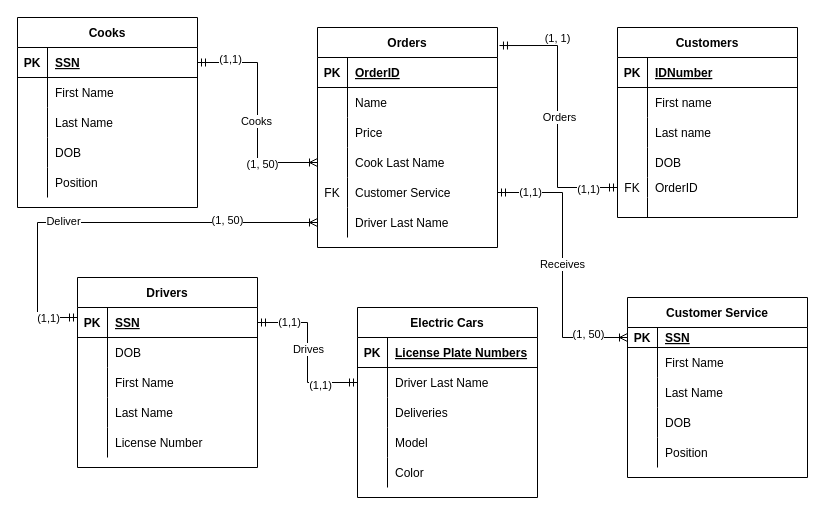
nedburke47/PracticingForClass keeps this draw.io diagram as Yet Another Delivery Project.drawio. Above is the earlier version. Source tidied: cells renumbered, new cells numbered last; positions are measured from the earlier drawing's top-left corner, leaving out a move shared by most shapes. Both pictures are drawn from the tidied source at 100%, with x=0, y=0 at pixel (17, 17).
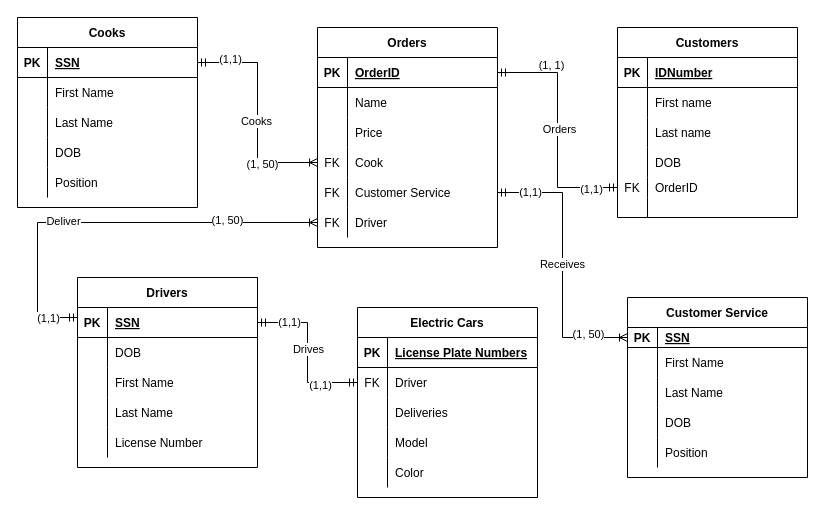
The same page after the edit.

The change refers to these unchanged cells:
```xml
<mxCell id="22" style="shape=partialRectangle;fillColor=none;top=0;left=0;bottom=0;right=0;points=[[0,0.5],[1,0.5]];portConstraint=eastwest;" parent="18" vertex="1">
  <mxGeometry y="60" width="180" height="30" as="geometry" />
</mxCell>
<mxCell id="78" style="shape=partialRectangle;fillColor=none;top=0;left=0;bottom=0;right=0;points=[[0,0.5],[1,0.5]];portConstraint=eastwest;" parent="65" vertex="1">
  <mxGeometry y="150" width="180" height="20" as="geometry" />
</mxCell>
<mxCell id="104" value="Orders" style="shape=table;startSize=30;childLayout=tableLayout;rowLines=0;fontStyle=1;align=center;" parent="1" vertex="1">
  <mxGeometry x="300" y="10" width="180" height="220" as="geometry" />
</mxCell>
<mxCell id="105" style="shape=partialRectangle;fillColor=none;top=0;left=0;bottom=1;right=0;points=[[0,0.5],[1,0.5]];portConstraint=eastwest;" parent="104" vertex="1">
  <mxGeometry y="30" width="180" height="30" as="geometry" />
</mxCell>
<mxCell id="114" style="shape=partialRectangle;fillColor=none;top=0;left=0;bottom=0;right=0;points=[[0,0.5],[1,0.5]];portConstraint=eastwest;" parent="104" vertex="1">
  <mxGeometry y="120" width="180" height="30" as="geometry" />
</mxCell>
<mxCell id="120" style="shape=partialRectangle;fillColor=none;top=0;left=0;bottom=0;right=0;points=[[0,0.5],[1,0.5]];portConstraint=eastwest;" parent="104" vertex="1">
  <mxGeometry y="180" width="180" height="30" as="geometry" />
</mxCell>
```

The edit, as a diff of the source:
```diff
@@
-    <mxCell id="23" style="shape=partialRectangle;fillColor=none;top=0;left=0;bottom=0;right=0;overflow=hidden;" parent="22" vertex="1">
+    <mxCell id="23" value="FK" style="shape=partialRectangle;fillColor=none;top=0;left=0;bottom=0;right=0;overflow=hidden;" parent="22" vertex="1">
       <mxGeometry width="30" height="30" as="geometry" />
     </mxCell>
-    <mxCell id="24" value="Driver Last Name" style="shape=partialRectangle;fillColor=none;top=0;left=0;bottom=0;right=0;align=left;spacingLeft=6;overflow=hidden;" parent="22" vertex="1">
+    <mxCell id="24" value="Driver " style="shape=partialRectangle;fillColor=none;top=0;left=0;bottom=0;right=0;align=left;spacingLeft=6;overflow=hidden;" parent="22" vertex="1">
       <mxGeometry x="30" width="150" height="30" as="geometry" />
     </mxCell>
@@
-    <mxCell id="84" style="edgeStyle=orthogonalEdgeStyle;rounded=0;jettySize=auto;html=1;entryX=1.011;entryY=0.082;entryDx=0;entryDy=0;entryPerimeter=0;startArrow=ERmandOne;startFill=0;endArrow=ERmandOne;endFill=0;exitX=0;exitY=0.5;exitDx=0;exitDy=0;" parent="1" edge="1" source="78" target="104">
+    <mxCell id="84" style="edgeStyle=orthogonalEdgeStyle;rounded=0;jettySize=auto;html=1;startArrow=ERmandOne;startFill=0;endArrow=ERmandOne;endFill=0;exitX=0;exitY=0.5;exitDx=0;exitDy=0;entryX=1;entryY=0.5;entryDx=0;entryDy=0;" parent="1" edge="1" source="78" target="105">
       <mxGeometry relative="1" as="geometry" />
     </mxCell>
@@
-    <mxCell id="115" style="shape=partialRectangle;fillColor=none;top=0;left=0;bottom=0;right=0;overflow=hidden;" parent="114" vertex="1">
+    <mxCell id="115" value="FK" style="shape=partialRectangle;fillColor=none;top=0;left=0;bottom=0;right=0;overflow=hidden;" parent="114" vertex="1">
       <mxGeometry width="30" height="30" as="geometry" />
     </mxCell>
-    <mxCell id="116" value="Cook Last Name" style="shape=partialRectangle;fillColor=none;top=0;left=0;bottom=0;right=0;align=left;spacingLeft=6;overflow=hidden;" parent="114" vertex="1">
+    <mxCell id="116" value="Cook" style="shape=partialRectangle;fillColor=none;top=0;left=0;bottom=0;right=0;align=left;spacingLeft=6;overflow=hidden;" parent="114" vertex="1">
       <mxGeometry x="30" width="150" height="30" as="geometry" />
     </mxCell>
@@
-    <mxCell id="121" style="shape=partialRectangle;fillColor=none;top=0;left=0;bottom=0;right=0;overflow=hidden;" parent="120" vertex="1">
+    <mxCell id="121" value="FK" style="shape=partialRectangle;fillColor=none;top=0;left=0;bottom=0;right=0;overflow=hidden;" parent="120" vertex="1">
       <mxGeometry width="30" height="30" as="geometry" />
     </mxCell>
-    <mxCell id="122" value="Driver Last Name" style="shape=partialRectangle;fillColor=none;top=0;left=0;bottom=0;right=0;align=left;spacingLeft=6;overflow=hidden;" parent="120" vertex="1">
+    <mxCell id="122" value="Driver " style="shape=partialRectangle;fillColor=none;top=0;left=0;bottom=0;right=0;align=left;spacingLeft=6;overflow=hidden;" parent="120" vertex="1">
       <mxGeometry x="30" width="150" height="30" as="geometry" />
     </mxCell>
```
